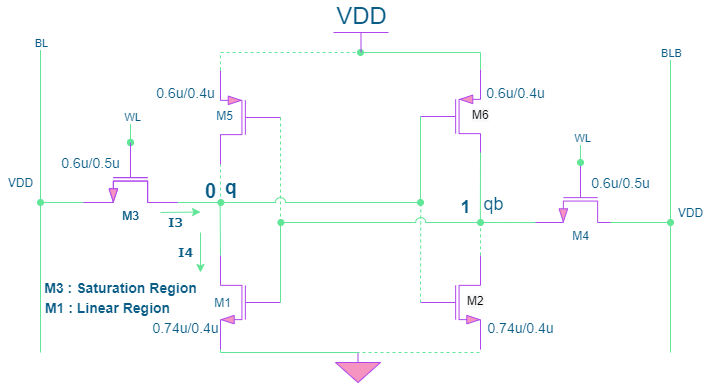
Before: Images/READ.png, a diagram exported from draw.io (Khadgaray/6T_SRAM). Source tidied: cells renumbered, new cells last; positions are measured from the earlier drawing's top-left corner, leaving out a move shared by most shapes.
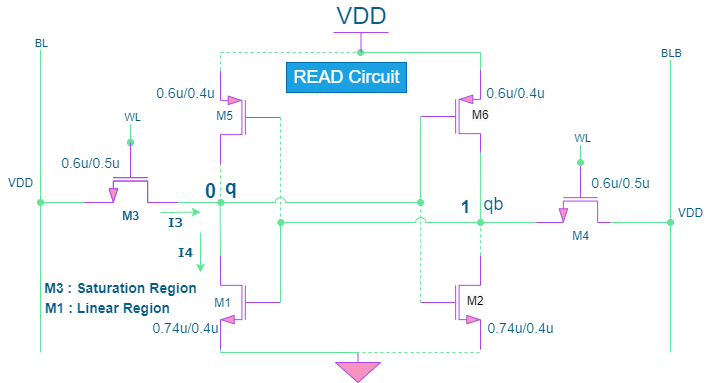
Later version of the same file.

The edit, as a diff of the source:
```diff
@@ -262,5 +262,8 @@
     <mxCell id="60" value="M1 : Linear Region" style="text;html=1;align=center;verticalAlign=middle;strokeColor=none;fontSize=14;fontColor=#095C86;fontStyle=1;" parent="1" vertex="1">
       <mxGeometry x="37" y="265" width="140" height="20" as="geometry" />
     </mxCell>
+    <mxCell id="61" value="&lt;font style=&quot;font-size: 18px;&quot;&gt;READ Circuit&lt;/font&gt;" style="text;html=1;align=center;verticalAlign=middle;strokeColor=#006EAF;fillColor=#1ba1e2;fontColor=#ffffff;fontFamily=Helvetica;fontSize=18;" parent="1" vertex="1">
+      <mxGeometry x="286" y="30" width="120" height="30" as="geometry" />
+    </mxCell>
   </root>
 </mxGraphModel>
```
